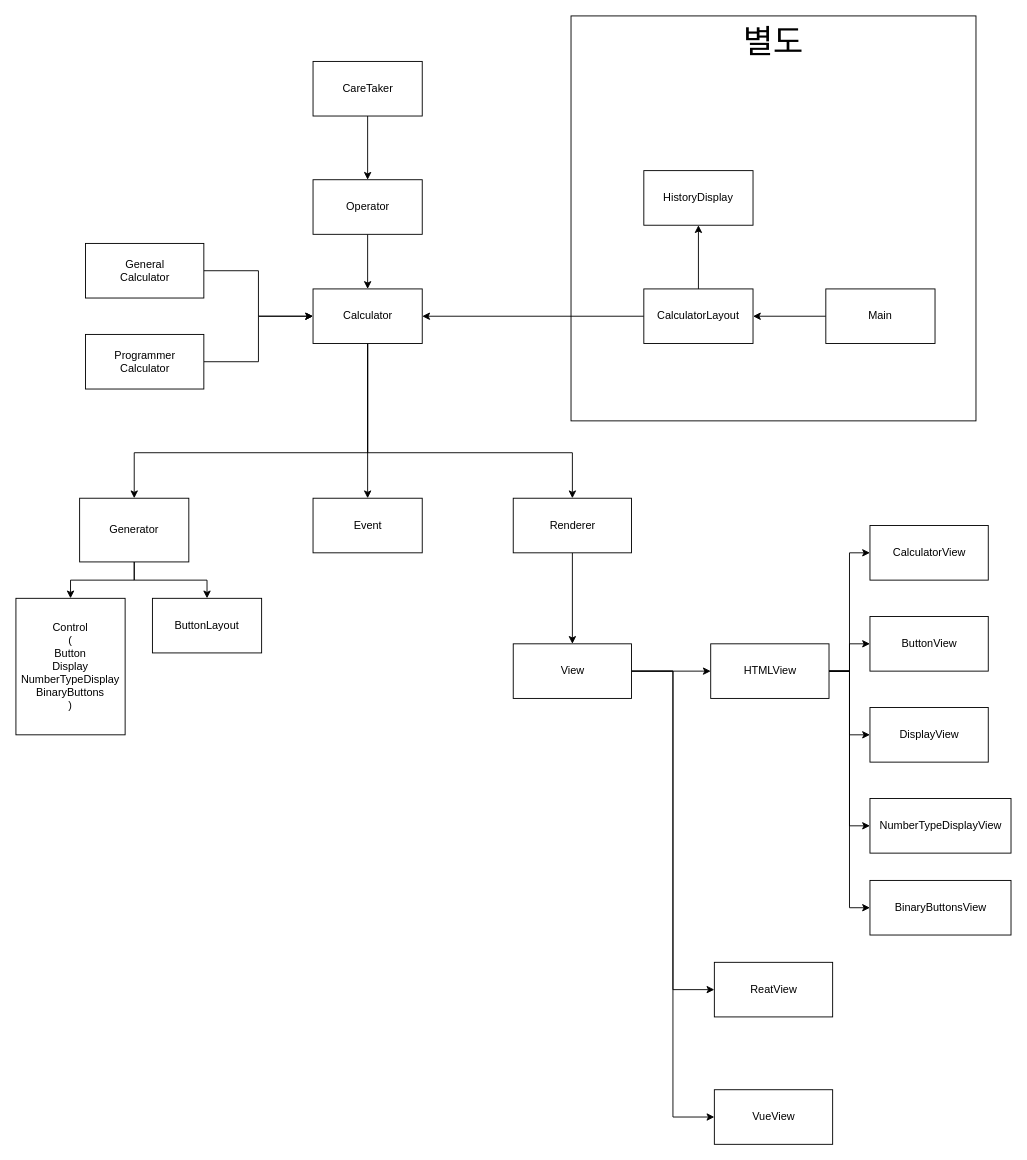
sun202x/project1 keeps this draw.io diagram as newCalculator/draw/Calculator.drawio. Above is the earlier version. Source tidied: cells renumbered, new cells numbered last; positions are measured from the earlier drawing's top-left corner, leaving out a move shared by most shapes. Both pictures are drawn from the tidied source at 91%, with x=0, y=0 at pixel (15, 15).
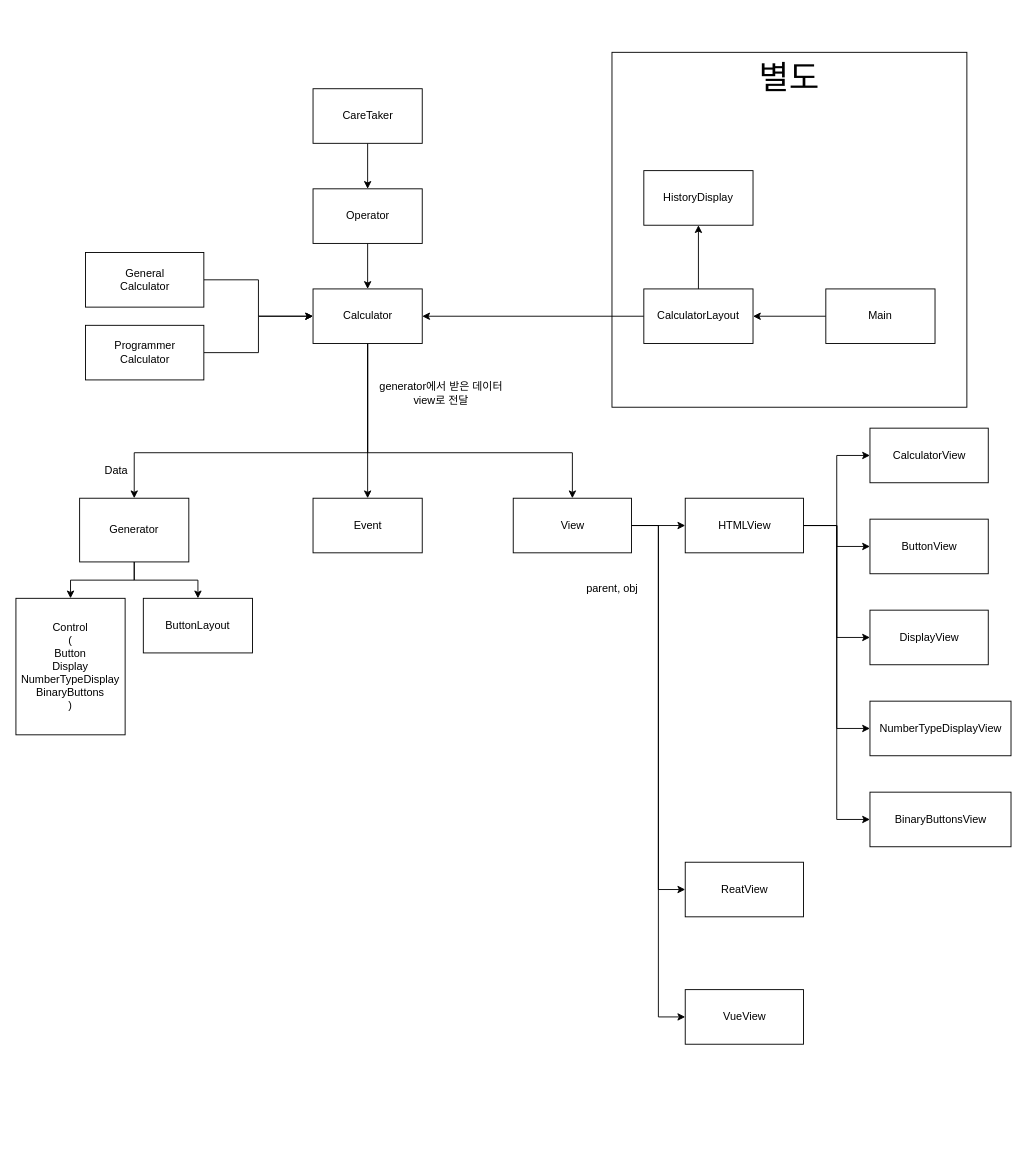
After the change.

The change refers to these unchanged cells:
```xml
<mxCell id="6" value="Calculator" style="rounded=0;whiteSpace=wrap;html=1;" parent="1" vertex="1">
  <mxGeometry x="326.5" y="300" width="120" height="60" as="geometry" />
</mxCell>
```

What changed in the source:
```diff
@@
     <mxCell id="2" value="&lt;font style=&quot;font-size: 36px&quot;&gt;별도&lt;/font&gt;" style="whiteSpace=wrap;html=1;horizontal=1;verticalAlign=top;" parent="1" vertex="1">
-      <mxGeometry x="610" width="445" height="445" as="geometry" />
+      <mxGeometry x="655" y="40" width="390" height="390" as="geometry" />
     </mxCell>
-    <mxCell id="3" style="edgeStyle=orthogonalEdgeStyle;rounded=0;jettySize=auto;html=1;exitX=0.5;exitY=1;exitDx=0;exitDy=0;entryX=0.5;entryY=0;entryDx=0;entryDy=0;" parent="1" edge="1" source="6" target="19">
-      <mxGeometry relative="1" as="geometry">
-        <Array as="points">
-          <mxPoint x="387" y="480" />
-          <mxPoint x="612" y="480" />
-        </Array>
-      </mxGeometry>
-    </mxCell>
@@
+    <mxCell id="46" style="edgeStyle=orthogonalEdgeStyle;rounded=0;jettySize=auto;html=1;exitX=0.5;exitY=1;exitDx=0;exitDy=0;entryX=0.5;entryY=0;entryDx=0;entryDy=0;" parent="1" edge="1" source="6" target="40">
+      <mxGeometry relative="1" as="geometry">
+        <Array as="points">
+          <mxPoint x="387" y="480" />
+          <mxPoint x="612" y="480" />
+        </Array>
+      </mxGeometry>
+    </mxCell>
@@
     <mxCell id="8" value="General&lt;br&gt;Calculator" style="rounded=0;whiteSpace=wrap;html=1;" parent="1" vertex="1">
-      <mxGeometry x="76.5" y="250" width="130" height="60" as="geometry" />
+      <mxGeometry x="76.5" y="260" width="130" height="60" as="geometry" />
     </mxCell>
@@
     <mxCell id="10" value="Programmer&lt;br&gt;Calculator" style="rounded=0;whiteSpace=wrap;html=1;" parent="1" vertex="1">
-      <mxGeometry x="76.5" y="350" width="130" height="60" as="geometry" />
+      <mxGeometry x="76.5" y="340" width="130" height="60" as="geometry" />
     </mxCell>
@@
     <mxCell id="17" value="Operator" style="rounded=0;whiteSpace=wrap;html=1;" parent="1" vertex="1">
-      <mxGeometry x="326.5" y="180" width="120" height="60" as="geometry" />
+      <mxGeometry x="326.5" y="190" width="120" height="60" as="geometry" />
     </mxCell>
-    <mxCell id="18" style="edgeStyle=orthogonalEdgeStyle;rounded=0;jettySize=auto;html=1;exitX=0.5;exitY=1;exitDx=0;exitDy=0;entryX=0.5;entryY=0;entryDx=0;entryDy=0;" parent="1" edge="1" source="19" target="40">
-      <mxGeometry relative="1" as="geometry" />
-    </mxCell>
-    <mxCell id="19" value="Renderer" style="rounded=0;whiteSpace=wrap;html=1;" parent="1" vertex="1">
-      <mxGeometry x="546.5" y="530" width="130" height="60" as="geometry" />
-    </mxCell>
-    <mxCell id="20" style="edgeStyle=orthogonalEdgeStyle;rounded=0;jettySize=auto;html=1;exitX=1;exitY=0.5;exitDx=0;exitDy=0;entryX=0;entryY=0.5;entryDx=0;entryDy=0;" parent="1" edge="1" source="25" target="33">
-      <mxGeometry relative="1" as="geometry" />
-    </mxCell>
@@
     <mxCell id="24" style="edgeStyle=orthogonalEdgeStyle;rounded=0;jettySize=auto;html=1;exitX=1;exitY=0.5;exitDx=0;exitDy=0;entryX=0;entryY=0.5;entryDx=0;entryDy=0;" parent="1" edge="1" source="25" target="42">
-      <mxGeometry relative="1" as="geometry" />
+      <mxGeometry relative="1" as="geometry">
+        <Array as="points">
+          <mxPoint x="902" y="560" />
+          <mxPoint x="902" y="483" />
+        </Array>
+      </mxGeometry>
     </mxCell>
+    <mxCell id="20" style="edgeStyle=orthogonalEdgeStyle;rounded=0;jettySize=auto;html=1;exitX=1;exitY=0.5;exitDx=0;exitDy=0;entryX=0;entryY=0.5;entryDx=0;entryDy=0;" parent="1" edge="1" source="25" target="33">
+      <mxGeometry relative="1" as="geometry" />
+    </mxCell>
     <mxCell id="25" value="HTMLView" style="rounded=0;whiteSpace=wrap;html=1;" parent="1" vertex="1">
-      <mxGeometry x="763.5" y="690" width="130" height="60" as="geometry" />
+      <mxGeometry x="735.5" y="530" width="130" height="60" as="geometry" />
     </mxCell>
@@
     <mxCell id="27" value="CareTaker" style="rounded=0;whiteSpace=wrap;html=1;" parent="1" vertex="1">
-      <mxGeometry x="326.5" y="50" width="120" height="60" as="geometry" />
+      <mxGeometry x="326.5" y="80" width="120" height="60" as="geometry" />
     </mxCell>
@@
     <mxCell id="32" value="ButtonLayout" style="rounded=0;whiteSpace=wrap;html=1;" parent="1" vertex="1">
-      <mxGeometry x="150" y="640" width="120" height="60" as="geometry" />
+      <mxGeometry x="140" y="640" width="120" height="60" as="geometry" />
     </mxCell>
     <mxCell id="33" value="ButtonView" style="rounded=0;whiteSpace=wrap;html=1;" parent="1" vertex="1">
-      <mxGeometry x="938.5" y="660" width="130" height="60" as="geometry" />
+      <mxGeometry x="938.5" y="553" width="130" height="60" as="geometry" />
     </mxCell>
     <mxCell id="34" value="DisplayView" style="rounded=0;whiteSpace=wrap;html=1;" parent="1" vertex="1">
-      <mxGeometry x="938.5" y="760" width="130" height="60" as="geometry" />
+      <mxGeometry x="938.5" y="653" width="130" height="60" as="geometry" />
     </mxCell>
     <mxCell id="35" value="NumberTypeDisplayView" style="rounded=0;whiteSpace=wrap;html=1;" parent="1" vertex="1">
-      <mxGeometry x="938.5" y="860" width="155" height="60" as="geometry" />
+      <mxGeometry x="938.5" y="753" width="155" height="60" as="geometry" />
     </mxCell>
     <mxCell id="36" value="BinaryButtonsView" style="rounded=0;whiteSpace=wrap;html=1;" parent="1" vertex="1">
-      <mxGeometry x="938.5" y="950" width="155" height="60" as="geometry" />
+      <mxGeometry x="938.5" y="853" width="155" height="60" as="geometry" />
     </mxCell>
-    <mxCell id="37" style="edgeStyle=orthogonalEdgeStyle;rounded=0;jettySize=auto;html=1;exitX=1;exitY=0.5;exitDx=0;exitDy=0;entryX=0;entryY=0.5;entryDx=0;entryDy=0;" parent="1" edge="1" source="40">
-      <mxGeometry relative="1" as="geometry">
-        <mxPoint x="763.5" y="720" as="targetPoint" />
-      </mxGeometry>
-    </mxCell>
+    <mxCell id="47" style="edgeStyle=orthogonalEdgeStyle;rounded=0;jettySize=auto;html=1;exitX=1;exitY=0.5;exitDx=0;exitDy=0;entryX=0;entryY=0.5;entryDx=0;entryDy=0;" parent="1" edge="1" source="40" target="25">
+      <mxGeometry relative="1" as="geometry" />
+    </mxCell>
@@
     <mxCell id="39" style="edgeStyle=orthogonalEdgeStyle;rounded=0;jettySize=auto;html=1;exitX=1;exitY=0.5;exitDx=0;exitDy=0;entryX=0;entryY=0.5;entryDx=0;entryDy=0;" parent="1" edge="1" source="40" target="45">
-      <mxGeometry relative="1" as="geometry">
-        <Array as="points">
-          <mxPoint x="722" y="720" />
-          <mxPoint x="722" y="1210" />
-        </Array>
-      </mxGeometry>
+      <mxGeometry relative="1" as="geometry" />
     </mxCell>
     <mxCell id="40" value="View" style="rounded=0;whiteSpace=wrap;html=1;" parent="1" vertex="1">
-      <mxGeometry x="546.5" y="690" width="130" height="60" as="geometry" />
+      <mxGeometry x="546.5" y="530" width="130" height="60" as="geometry" />
     </mxCell>
     <mxCell id="41" value="ReatView" style="rounded=0;whiteSpace=wrap;html=1;" parent="1" vertex="1">
-      <mxGeometry x="767.5" y="1040" width="130" height="60" as="geometry" />
+      <mxGeometry x="735.5" y="930" width="130" height="60" as="geometry" />
     </mxCell>
     <mxCell id="42" value="CalculatorView" style="rounded=0;whiteSpace=wrap;html=1;" parent="1" vertex="1">
-      <mxGeometry x="938.5" y="560" width="130" height="60" as="geometry" />
+      <mxGeometry x="938.5" y="453" width="130" height="60" as="geometry" />
     </mxCell>
@@
     <mxCell id="45" value="VueView" style="rounded=0;whiteSpace=wrap;html=1;" parent="1" vertex="1">
-      <mxGeometry x="767.5" y="1180" width="130" height="60" as="geometry" />
+      <mxGeometry x="735.5" y="1070" width="130" height="60" as="geometry" />
     </mxCell>
+    <mxCell id="48" value="Data" style="text;html=1;align=center;verticalAlign=middle;" parent="1" vertex="1">
+      <mxGeometry x="90" y="490" width="40" height="20" as="geometry" />
+    </mxCell>
+    <mxCell id="49" value="generator에서 받은 데이터&lt;br&gt;view로 전달" style="text;html=1;align=center;verticalAlign=middle;" parent="1" vertex="1">
+      <mxGeometry x="386.5" y="400" width="160" height="30" as="geometry" />
+    </mxCell>
+    <mxCell id="50" value="parent, obj" style="text;html=1;align=center;verticalAlign=middle;" parent="1" vertex="1">
+      <mxGeometry x="620" y="620" width="70" height="20" as="geometry" />
+    </mxCell>
```
